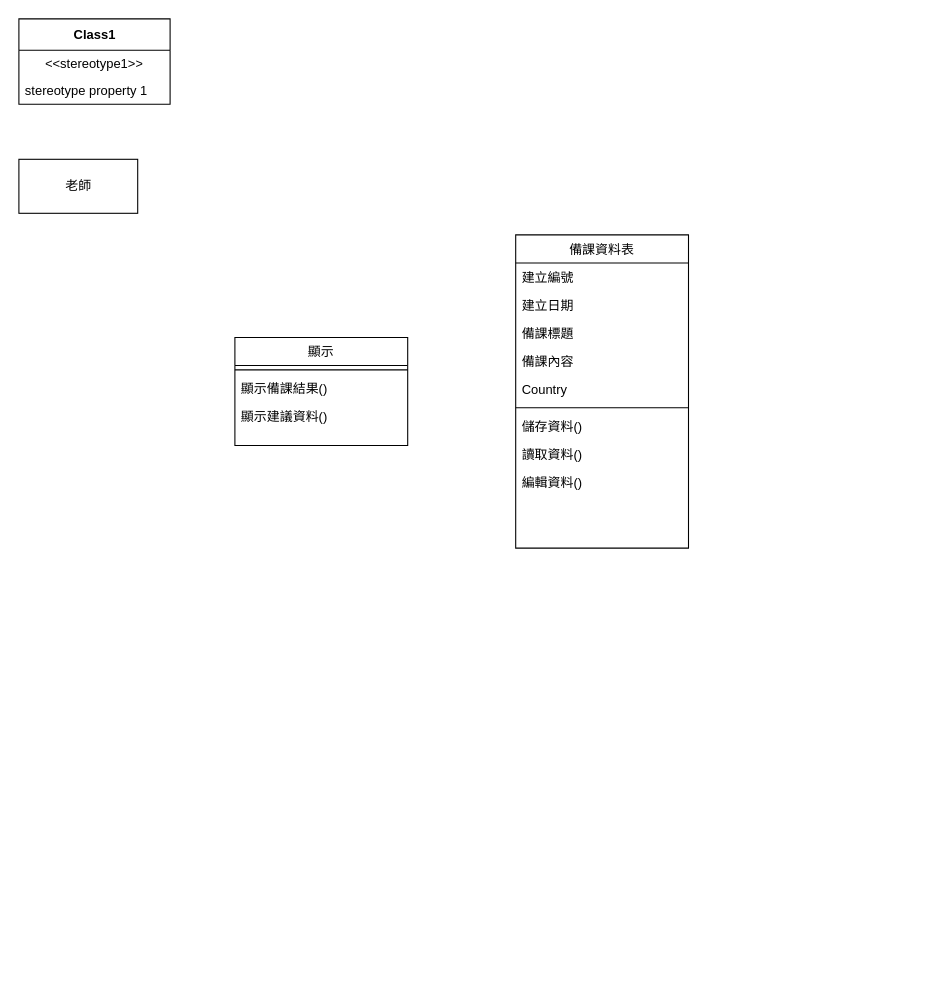
The draw.io diagram 類別圖(建立備課資料).drawio in Kevincheng0804/System-analysis, before the edit. Source tidied: cells renumbered, new cells numbered last; positions are measured from the earlier drawing's top-left corner, leaving out a move shared by most shapes. Both pictures are drawn from the tidied source at 108%, with x=0, y=0 at pixel (18, 18).
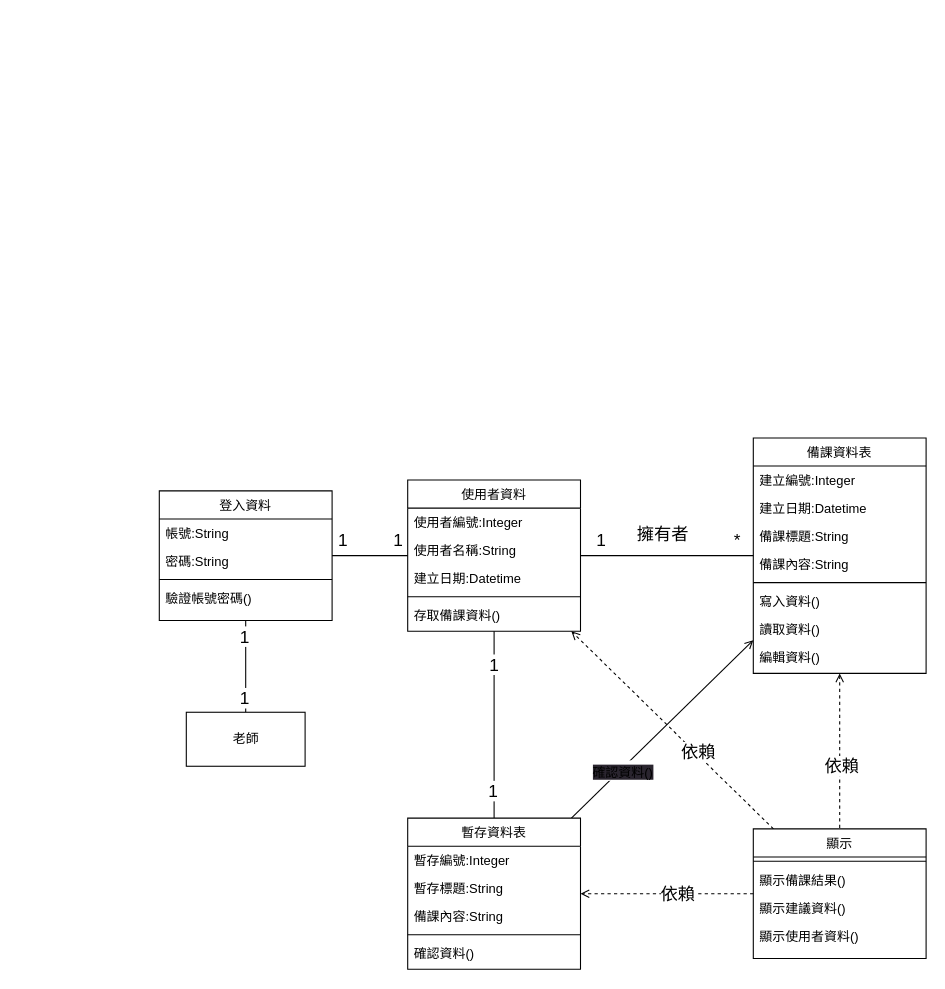
After the change.

The edit, as a diff of the source:
```diff
@@
+    <mxCell id="20" style="edgeStyle=none;html=1;fontSize=16;endArrow=none;endFill=0;startArrow=open;startFill=0;dashed=1;" parent="1" edge="1" source="2" target="16">
+      <mxGeometry relative="1" as="geometry" />
+    </mxCell>
+    <mxCell id="21" value="依賴" style="edgeLabel;html=1;align=center;verticalAlign=middle;fontSize=16;" parent="20" vertex="1">
+      <mxGeometry x="0.18" y="1" relative="1" as="geometry" />
+    </mxCell>
     <mxCell id="2" value="備課資料表" style="swimlane;fontStyle=0;align=center;verticalAlign=top;horizontal=1;startSize=26;rounded=0;shadow=0;strokeWidth=1;" parent="1" vertex="1">
-      <mxGeometry x="460" y="200" width="160" height="290" as="geometry" />
+      <mxGeometry x="680" y="388" width="160" height="218" as="geometry" />
     </mxCell>
-    <mxCell id="3" value="建立編號" style="text;align=left;verticalAlign=top;spacingLeft=4;spacingRight=4;overflow=hidden;rounded=0;shadow=0;html=0;" parent="2" vertex="1">
+    <mxCell id="3" value="建立編號:Integer" style="text;align=left;verticalAlign=top;spacingLeft=4;spacingRight=4;overflow=hidden;rounded=0;shadow=0;html=0;" parent="2" vertex="1">
       <mxGeometry y="26" width="160" height="26" as="geometry" />
     </mxCell>
-    <mxCell id="4" value="建立日期" style="text;align=left;verticalAlign=top;spacingLeft=4;spacingRight=4;overflow=hidden;rounded=0;shadow=0;html=0;" parent="2" vertex="1">
+    <mxCell id="4" value="建立日期:Datetime" style="text;align=left;verticalAlign=top;spacingLeft=4;spacingRight=4;overflow=hidden;rounded=0;shadow=0;html=0;" parent="2" vertex="1">
       <mxGeometry y="52" width="160" height="26" as="geometry" />
     </mxCell>
-    <mxCell id="5" value="備課標題" style="text;align=left;verticalAlign=top;spacingLeft=4;spacingRight=4;overflow=hidden;" parent="2" vertex="1">
+    <mxCell id="5" value="備課標題:String" style="text;align=left;verticalAlign=top;spacingLeft=4;spacingRight=4;overflow=hidden;" parent="2" vertex="1">
       <mxGeometry y="78" width="160" height="26" as="geometry" />
     </mxCell>
-    <mxCell id="6" value="備課內容" style="text;align=left;verticalAlign=top;spacingLeft=4;spacingRight=4;overflow=hidden;rounded=0;shadow=0;html=0;" parent="2" vertex="1">
+    <mxCell id="6" value="備課內容:String" style="text;align=left;verticalAlign=top;spacingLeft=4;spacingRight=4;overflow=hidden;rounded=0;shadow=0;html=0;" parent="2" vertex="1">
       <mxGeometry y="104" width="160" height="26" as="geometry" />
     </mxCell>
-    <mxCell id="7" value="Country" style="text;align=left;verticalAlign=top;spacingLeft=4;spacingRight=4;overflow=hidden;rounded=0;shadow=0;html=0;" parent="2" vertex="1">
-      <mxGeometry y="130" width="160" height="26" as="geometry" />
-    </mxCell>
     <mxCell id="8" style="line;html=1;strokeWidth=1;align=left;verticalAlign=middle;spacingTop=-1;spacingLeft=3;spacingRight=3;labelPosition=right;" parent="2" vertex="1">
-      <mxGeometry y="156" width="160" height="8" as="geometry" />
+      <mxGeometry y="130" width="160" height="8" as="geometry" />
     </mxCell>
-    <mxCell id="9" value="儲存資料()" style="text;align=left;verticalAlign=top;spacingLeft=4;spacingRight=4;overflow=hidden;" parent="2" vertex="1">
-      <mxGeometry y="164" width="160" height="26" as="geometry" />
+    <mxCell id="9" value="寫入資料()" style="text;align=left;verticalAlign=top;spacingLeft=4;spacingRight=4;overflow=hidden;" parent="2" vertex="1">
+      <mxGeometry y="138" width="160" height="26" as="geometry" />
     </mxCell>
     <mxCell id="10" value="讀取資料()" style="text;align=left;verticalAlign=top;spacingLeft=4;spacingRight=4;overflow=hidden;" parent="2" vertex="1">
-      <mxGeometry y="190" width="160" height="26" as="geometry" />
+      <mxGeometry y="164" width="160" height="26" as="geometry" />
     </mxCell>
     <mxCell id="11" value="編輯資料()" style="text;align=left;verticalAlign=top;spacingLeft=4;spacingRight=4;overflow=hidden;" parent="2" vertex="1">
-      <mxGeometry y="216" width="160" height="26" as="geometry" />
+      <mxGeometry y="190" width="160" height="26" as="geometry" />
     </mxCell>
-    <mxCell id="12" value="Class1" style="swimlane;fontStyle=1;align=center;verticalAlign=middle;horizontal=1;startSize=29;html=1;" parent="1" vertex="1">
-      <mxGeometry width="140" height="79" as="geometry" />
-    </mxCell>
-    <mxCell id="13" value="&amp;lt;&amp;lt;stereotype1&amp;gt;&amp;gt;" style="text;html=1;strokeColor=none;fillColor=none;align=center;verticalAlign=middle;spacingLeft=4;spacingRight=4;overflow=hidden;" parent="12" vertex="1">
-      <mxGeometry y="29" width="140" height="25" as="geometry" />
-    </mxCell>
-    <mxCell id="14" value="stereotype property 1" style="text;html=1;strokeColor=none;fillColor=none;align=left;verticalAlign=middle;spacingLeft=4;spacingRight=4;overflow=hidden;" parent="12" vertex="1">
-      <mxGeometry y="54" width="140" height="25" as="geometry" />
-    </mxCell>
+    <mxCell id="22" style="edgeStyle=none;html=1;entryX=0.5;entryY=1;entryDx=0;entryDy=0;fontSize=16;startArrow=none;startFill=0;endArrow=none;endFill=0;" parent="1" edge="1" source="15" target="43">
+      <mxGeometry relative="1" as="geometry" />
+    </mxCell>
+    <mxCell id="23" value="1" style="edgeLabel;html=1;align=center;verticalAlign=middle;fontSize=16;" parent="22" vertex="1">
+      <mxGeometry x="-0.66" y="2" relative="1" as="geometry" />
+    </mxCell>
+    <mxCell id="24" value="1" style="edgeLabel;html=1;align=center;verticalAlign=middle;fontSize=16;" parent="22" vertex="1">
+      <mxGeometry x="0.68" y="2" relative="1" as="geometry" />
+    </mxCell>
     <mxCell id="15" value="老師" style="html=1;" parent="1" vertex="1">
-      <mxGeometry y="130" width="110" height="50" as="geometry" />
+      <mxGeometry x="155" y="642" width="110" height="50" as="geometry" />
     </mxCell>
+    <mxCell id="25" style="edgeStyle=none;html=1;fontSize=16;endArrow=open;endFill=0;startArrow=none;startFill=0;dashed=1;" parent="1" edge="1" source="16" target="34">
+      <mxGeometry relative="1" as="geometry" />
+    </mxCell>
+    <mxCell id="26" value="依賴" style="edgeLabel;html=1;align=center;verticalAlign=middle;fontSize=16;" parent="25" vertex="1">
+      <mxGeometry x="-0.23" y="-3" relative="1" as="geometry">
+        <mxPoint y="1" as="offset" />
+      </mxGeometry>
+    </mxCell>
+    <mxCell id="27" style="edgeStyle=none;html=1;fontSize=16;startArrow=none;startFill=0;endArrow=open;endFill=0;dashed=1;" parent="1" edge="1" source="16" target="53">
+      <mxGeometry relative="1" as="geometry" />
+    </mxCell>
+    <mxCell id="28" value="依賴" style="edgeLabel;html=1;align=center;verticalAlign=middle;fontSize=16;" parent="27" vertex="1">
+      <mxGeometry x="-0.11" y="-1" relative="1" as="geometry" />
+    </mxCell>
     <mxCell id="16" value="顯示" style="swimlane;fontStyle=0;align=center;verticalAlign=top;horizontal=1;startSize=26;rounded=0;shadow=0;strokeWidth=1;" parent="1" vertex="1">
-      <mxGeometry x="200" y="295" width="160" height="100" as="geometry" />
+      <mxGeometry x="680" y="750" width="160" height="120" as="geometry" />
     </mxCell>
@@
+    <mxCell id="29" value="顯示使用者資料()" style="text;align=left;verticalAlign=top;spacingLeft=4;spacingRight=4;overflow=hidden;" parent="16" vertex="1">
+      <mxGeometry y="86" width="160" height="26" as="geometry" />
+    </mxCell>
+    <mxCell id="30" style="edgeStyle=none;html=1;endArrow=none;endFill=0;" parent="1" edge="1" source="34" target="2">
+      <mxGeometry relative="1" as="geometry" />
+    </mxCell>
+    <mxCell id="31" value="擁有者" style="edgeLabel;html=1;align=center;verticalAlign=middle;fontSize=16;" parent="30" vertex="1">
+      <mxGeometry x="0.13" y="-1" relative="1" as="geometry">
+        <mxPoint x="-15" y="-22" as="offset" />
+      </mxGeometry>
+    </mxCell>
+    <mxCell id="32" value="1" style="edgeLabel;html=1;align=center;verticalAlign=middle;fontSize=16;" parent="30" vertex="1">
+      <mxGeometry x="-0.77" y="-2" relative="1" as="geometry">
+        <mxPoint y="-17" as="offset" />
+      </mxGeometry>
+    </mxCell>
+    <mxCell id="33" value="*" style="edgeLabel;html=1;align=center;verticalAlign=middle;fontSize=16;" parent="30" vertex="1">
+      <mxGeometry x="0.8" y="-2" relative="1" as="geometry">
+        <mxPoint y="-17" as="offset" />
+      </mxGeometry>
+    </mxCell>
+    <mxCell id="34" value="使用者資料" style="swimlane;fontStyle=0;align=center;verticalAlign=top;horizontal=1;startSize=26;rounded=0;shadow=0;strokeWidth=1;" parent="1" vertex="1">
+      <mxGeometry x="360" y="427" width="160" height="140" as="geometry" />
+    </mxCell>
+    <mxCell id="35" value="使用者編號:Integer" style="text;align=left;verticalAlign=top;spacingLeft=4;spacingRight=4;overflow=hidden;rounded=0;shadow=0;html=0;" parent="34" vertex="1">
+      <mxGeometry y="26" width="160" height="26" as="geometry" />
+    </mxCell>
+    <mxCell id="36" value="使用者名稱:String" style="text;align=left;verticalAlign=top;spacingLeft=4;spacingRight=4;overflow=hidden;" parent="34" vertex="1">
+      <mxGeometry y="52" width="160" height="26" as="geometry" />
+    </mxCell>
+    <mxCell id="37" value="建立日期:Datetime" style="text;align=left;verticalAlign=top;spacingLeft=4;spacingRight=4;overflow=hidden;rounded=0;shadow=0;html=0;" parent="34" vertex="1">
+      <mxGeometry y="78" width="160" height="26" as="geometry" />
+    </mxCell>
+    <mxCell id="38" style="line;html=1;strokeWidth=1;align=left;verticalAlign=middle;spacingTop=-1;spacingLeft=3;spacingRight=3;labelPosition=right;" parent="34" vertex="1">
+      <mxGeometry y="104" width="160" height="8" as="geometry" />
+    </mxCell>
+    <mxCell id="39" value="存取備課資料()" style="text;align=left;verticalAlign=top;spacingLeft=4;spacingRight=4;overflow=hidden;" parent="34" vertex="1">
+      <mxGeometry y="112" width="160" height="26" as="geometry" />
+    </mxCell>
+    <mxCell id="40" style="edgeStyle=none;html=1;fontSize=16;endArrow=none;endFill=0;" parent="1" edge="1" source="43" target="34">
+      <mxGeometry relative="1" as="geometry" />
+    </mxCell>
+    <mxCell id="41" value="1" style="edgeLabel;html=1;align=center;verticalAlign=middle;fontSize=16;" parent="40" vertex="1">
+      <mxGeometry x="0.72" y="-1" relative="1" as="geometry">
+        <mxPoint y="-16" as="offset" />
+      </mxGeometry>
+    </mxCell>
+    <mxCell id="42" value="1" style="edgeLabel;html=1;align=center;verticalAlign=middle;fontSize=16;" parent="40" vertex="1">
+      <mxGeometry x="-0.74" y="-2" relative="1" as="geometry">
+        <mxPoint y="-17" as="offset" />
+      </mxGeometry>
+    </mxCell>
+    <mxCell id="43" value="登入資料" style="swimlane;fontStyle=0;align=center;verticalAlign=top;horizontal=1;startSize=26;rounded=0;shadow=0;strokeWidth=1;" parent="1" vertex="1">
+      <mxGeometry x="130" y="437" width="160" height="120" as="geometry" />
+    </mxCell>
+    <mxCell id="44" value="帳號:String" style="text;align=left;verticalAlign=top;spacingLeft=4;spacingRight=4;overflow=hidden;rounded=0;shadow=0;html=0;" parent="43" vertex="1">
+      <mxGeometry y="26" width="160" height="26" as="geometry" />
+    </mxCell>
+    <mxCell id="45" value="密碼:String" style="text;align=left;verticalAlign=top;spacingLeft=4;spacingRight=4;overflow=hidden;rounded=0;shadow=0;html=0;" parent="43" vertex="1">
+      <mxGeometry y="52" width="160" height="26" as="geometry" />
+    </mxCell>
+    <mxCell id="46" style="line;html=1;strokeWidth=1;align=left;verticalAlign=middle;spacingTop=-1;spacingLeft=3;spacingRight=3;labelPosition=right;" parent="43" vertex="1">
+      <mxGeometry y="78" width="160" height="8" as="geometry" />
+    </mxCell>
+    <mxCell id="47" value="驗證帳號密碼()" style="text;align=left;verticalAlign=top;spacingLeft=4;spacingRight=4;overflow=hidden;" parent="43" vertex="1">
+      <mxGeometry y="86" width="160" height="26" as="geometry" />
+    </mxCell>
+    <mxCell id="48" style="edgeStyle=none;html=1;fontSize=16;startArrow=none;startFill=0;endArrow=none;endFill=0;" parent="1" edge="1" source="53" target="34">
+      <mxGeometry relative="1" as="geometry" />
+    </mxCell>
+    <mxCell id="49" value="1" style="edgeLabel;html=1;align=center;verticalAlign=middle;fontSize=16;" parent="48" vertex="1">
+      <mxGeometry x="0.65" y="1" relative="1" as="geometry" />
+    </mxCell>
+    <mxCell id="50" value="1" style="edgeLabel;html=1;align=center;verticalAlign=middle;fontSize=16;" parent="48" vertex="1">
+      <mxGeometry x="-0.7" y="2" relative="1" as="geometry" />
+    </mxCell>
+    <mxCell id="51" style="edgeStyle=none;html=1;fontSize=16;startArrow=none;startFill=0;endArrow=open;endFill=0;" parent="1" edge="1" source="53" target="2">
+      <mxGeometry relative="1" as="geometry" />
+    </mxCell>
+    <mxCell id="52" value="&lt;span style=&quot;font-size: 12px; text-align: left; background-color: rgb(42, 37, 47);&quot;&gt;確認資料()&lt;/span&gt;" style="edgeLabel;html=1;align=center;verticalAlign=middle;fontSize=16;" parent="51" vertex="1">
+      <mxGeometry x="-0.46" y="-1" relative="1" as="geometry" />
+    </mxCell>
+    <mxCell id="53" value="暫存資料表" style="swimlane;fontStyle=0;align=center;verticalAlign=top;horizontal=1;startSize=26;rounded=0;shadow=0;strokeWidth=1;" parent="1" vertex="1">
+      <mxGeometry x="360" y="740" width="160" height="140" as="geometry" />
+    </mxCell>
+    <mxCell id="54" value="暫存編號:Integer" style="text;align=left;verticalAlign=top;spacingLeft=4;spacingRight=4;overflow=hidden;rounded=0;shadow=0;html=0;" parent="53" vertex="1">
+      <mxGeometry y="26" width="160" height="26" as="geometry" />
+    </mxCell>
+    <mxCell id="55" value="暫存標題:String" style="text;align=left;verticalAlign=top;spacingLeft=4;spacingRight=4;overflow=hidden;" parent="53" vertex="1">
+      <mxGeometry y="52" width="160" height="26" as="geometry" />
+    </mxCell>
+    <mxCell id="56" value="備課內容:String" style="text;align=left;verticalAlign=top;spacingLeft=4;spacingRight=4;overflow=hidden;rounded=0;shadow=0;html=0;" parent="53" vertex="1">
+      <mxGeometry y="78" width="160" height="26" as="geometry" />
+    </mxCell>
+    <mxCell id="57" style="line;html=1;strokeWidth=1;align=left;verticalAlign=middle;spacingTop=-1;spacingLeft=3;spacingRight=3;labelPosition=right;" parent="53" vertex="1">
+      <mxGeometry y="104" width="160" height="8" as="geometry" />
+    </mxCell>
+    <mxCell id="58" value="確認資料()" style="text;align=left;verticalAlign=top;spacingLeft=4;spacingRight=4;overflow=hidden;" parent="53" vertex="1">
+      <mxGeometry y="112" width="160" height="26" as="geometry" />
+    </mxCell>
```
